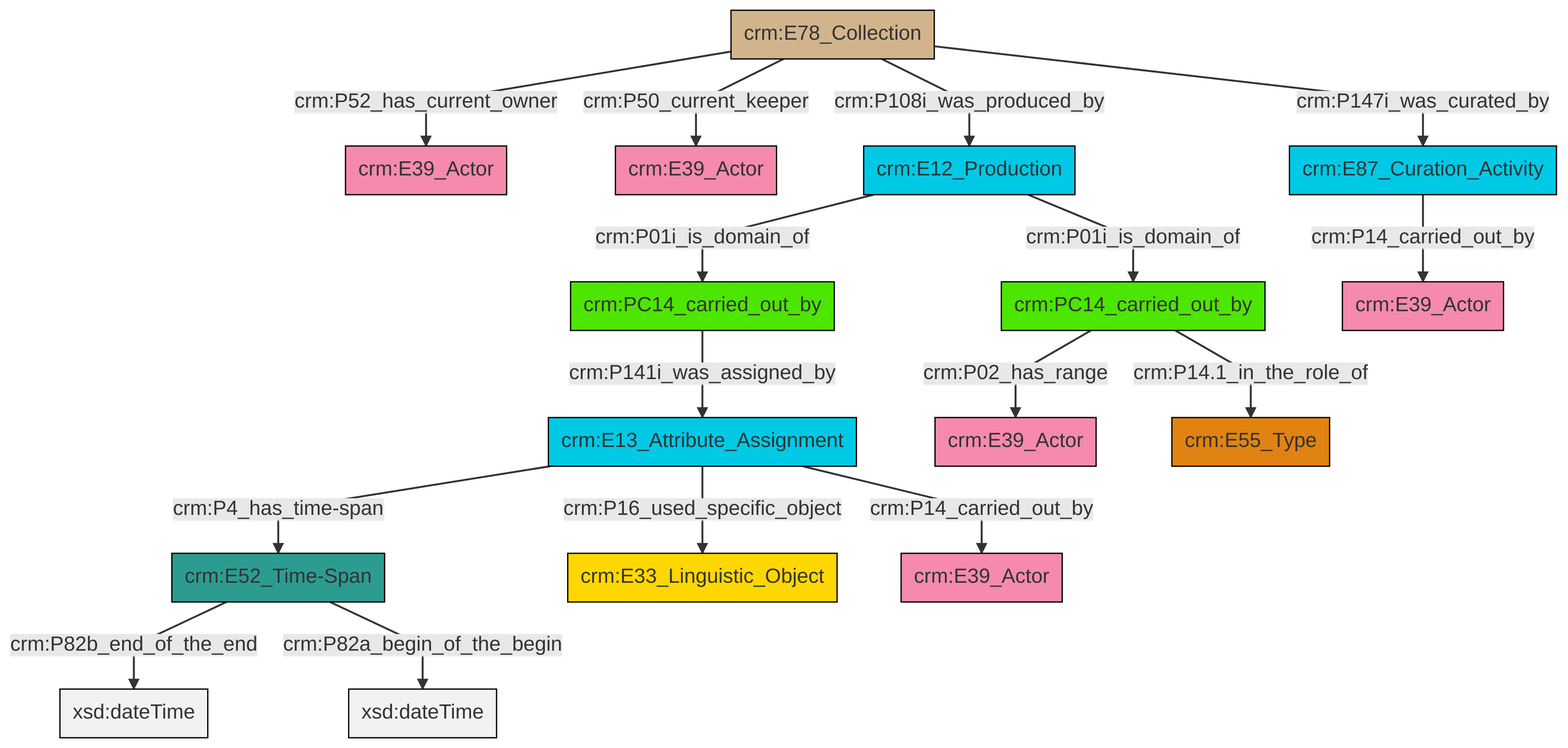
This is et/archivalCSV/ttl/mmd/png/archival_relation.png from swiss-art-research-net/docs.swissartresearch, a Mermaid export, as it was before one commit. Its source is kept beside it as et/archivalCSV/ttl/mmd/archival_relation.ttl.mmd.
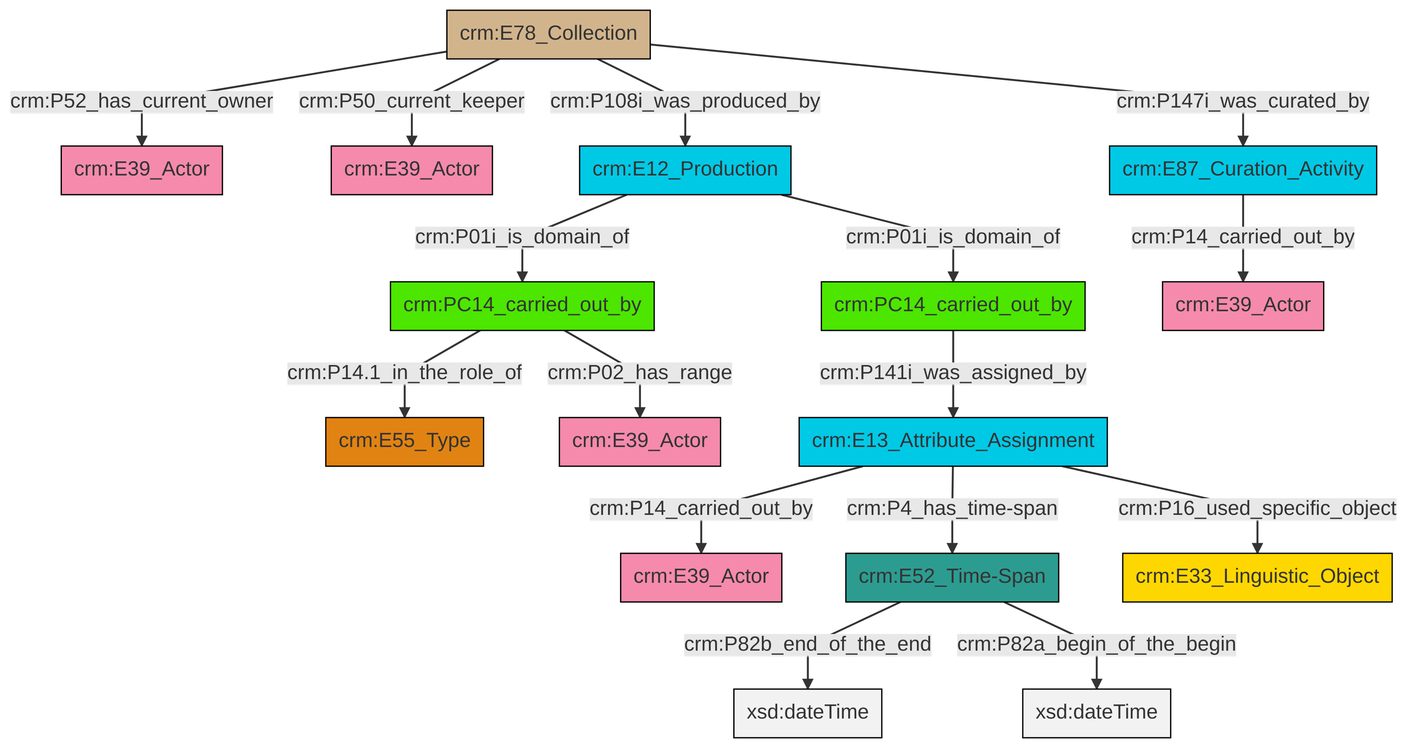
Above is the later version.

What changed in the source:
```diff
@@ -13,18 +13,18 @@
 classDef PC_Classes fill:#4ce600, stroke:#000000;
 classDef Multi fill:#cccccc,stroke:#000000;
 
-0["crm:E13_Attribute_Assignment"]:::Temporal_Entity -->|crm:P4_has_time-span| 1["crm:E52_Time-Span"]:::Time-Span
-1["crm:E52_Time-Span"]:::Time-Span -->|crm:P82b_end_of_the_end| 2[xsd:dateTime]:::Literal
-3["crm:E78_Collection"]:::Physical_Thing -->|crm:P52_has_current_owner| 4["crm:E39_Actor"]:::Actor
-0["crm:E13_Attribute_Assignment"]:::Temporal_Entity -->|crm:P16_used_specific_object| 5["crm:E33_Linguistic_Object"]:::Conceptual_Object
-3["crm:E78_Collection"]:::Physical_Thing -->|crm:P50_current_keeper| 6["crm:E39_Actor"]:::Actor
-8["crm:E12_Production"]:::Temporal_Entity -->|crm:P01i_is_domain_of| 9["crm:PC14_carried_out_by"]:::PC_Classes
-3["crm:E78_Collection"]:::Physical_Thing -->|crm:P108i_was_produced_by| 8["crm:E12_Production"]:::Temporal_Entity
-9["crm:PC14_carried_out_by"]:::PC_Classes -->|crm:P02_has_range| 16["crm:E39_Actor"]:::Actor
-12["crm:PC14_carried_out_by"]:::PC_Classes -->|crm:P141i_was_assigned_by| 0["crm:E13_Attribute_Assignment"]:::Temporal_Entity
-8["crm:E12_Production"]:::Temporal_Entity -->|crm:P01i_is_domain_of| 12["crm:PC14_carried_out_by"]:::PC_Classes
-9["crm:PC14_carried_out_by"]:::PC_Classes -->|crm:P14.1_in_the_role_of| 18["crm:E55_Type"]:::Type
-23["crm:E87_Curation_Activity"]:::Temporal_Entity -->|crm:P14_carried_out_by| 21["crm:E39_Actor"]:::Actor
-1["crm:E52_Time-Span"]:::Time-Span -->|crm:P82a_begin_of_the_begin| 26[xsd:dateTime]:::Literal
-3["crm:E78_Collection"]:::Physical_Thing -->|crm:P147i_was_curated_by| 23["crm:E87_Curation_Activity"]:::Temporal_Entity
-0["crm:E13_Attribute_Assignment"]:::Temporal_Entity -->|crm:P14_carried_out_by| 10["crm:E39_Actor"]:::Actor
+0["crm:PC14_carried_out_by"]:::PC_Classes -->|crm:P14.1_in_the_role_of| 1["crm:E55_Type"]:::Type
+2["crm:PC14_carried_out_by"]:::PC_Classes -->|crm:P141i_was_assigned_by| 3["crm:E13_Attribute_Assignment"]:::Temporal_Entity
+4["crm:E12_Production"]:::Temporal_Entity -->|crm:P01i_is_domain_of| 0["crm:PC14_carried_out_by"]:::PC_Classes
+6["crm:E78_Collection"]:::Physical_Thing -->|crm:P52_has_current_owner| 7["crm:E39_Actor"]:::Actor
+6["crm:E78_Collection"]:::Physical_Thing -->|crm:P50_current_keeper| 15["crm:E39_Actor"]:::Actor
+11["crm:E52_Time-Span"]:::Time-Span -->|crm:P82b_end_of_the_end| 16[xsd:dateTime]:::Literal
+3["crm:E13_Attribute_Assignment"]:::Temporal_Entity -->|crm:P14_carried_out_by| 19["crm:E39_Actor"]:::Actor
+6["crm:E78_Collection"]:::Physical_Thing -->|crm:P108i_was_produced_by| 4["crm:E12_Production"]:::Temporal_Entity
+4["crm:E12_Production"]:::Temporal_Entity -->|crm:P01i_is_domain_of| 2["crm:PC14_carried_out_by"]:::PC_Classes
+3["crm:E13_Attribute_Assignment"]:::Temporal_Entity -->|crm:P4_has_time-span| 11["crm:E52_Time-Span"]:::Time-Span
+11["crm:E52_Time-Span"]:::Time-Span -->|crm:P82a_begin_of_the_begin| 26[xsd:dateTime]:::Literal
+6["crm:E78_Collection"]:::Physical_Thing -->|crm:P147i_was_curated_by| 21["crm:E87_Curation_Activity"]:::Temporal_Entity
+0["crm:PC14_carried_out_by"]:::PC_Classes -->|crm:P02_has_range| 27["crm:E39_Actor"]:::Actor
+3["crm:E13_Attribute_Assignment"]:::Temporal_Entity -->|crm:P16_used_specific_object| 8["crm:E33_Linguistic_Object"]:::Conceptual_Object
+21["crm:E87_Curation_Activity"]:::Temporal_Entity -->|crm:P14_carried_out_by| 17["crm:E39_Actor"]:::Actor
```
